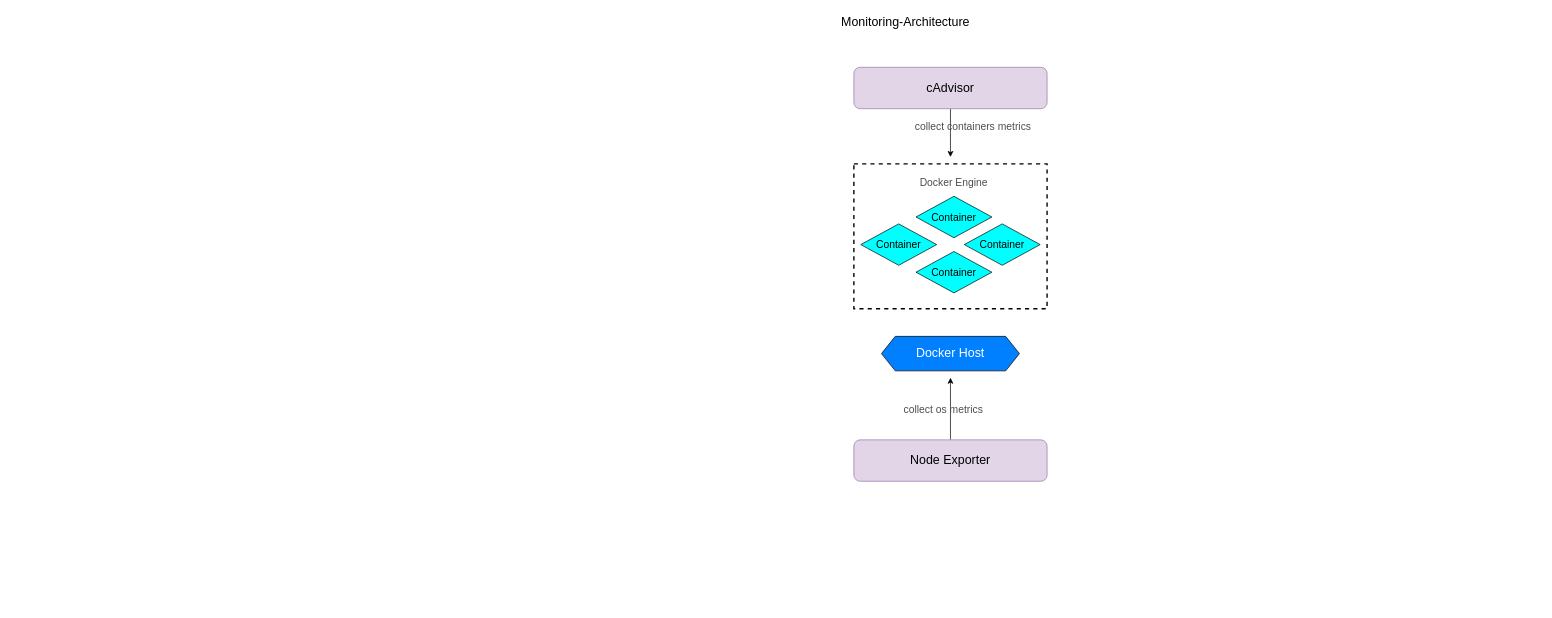
chandrafebrian/Architectural-Design-Test-chandra-febrian-efishery keeps this draw.io diagram as monitoring-architecture.drawio. Above is the earlier version. Source tidied: cells renumbered, new cells numbered last; positions are measured from the earlier drawing's top-left corner, leaving out a move shared by most shapes. Both pictures are drawn from the tidied source at 69%, with x=0, y=0 at pixel (805, 12).
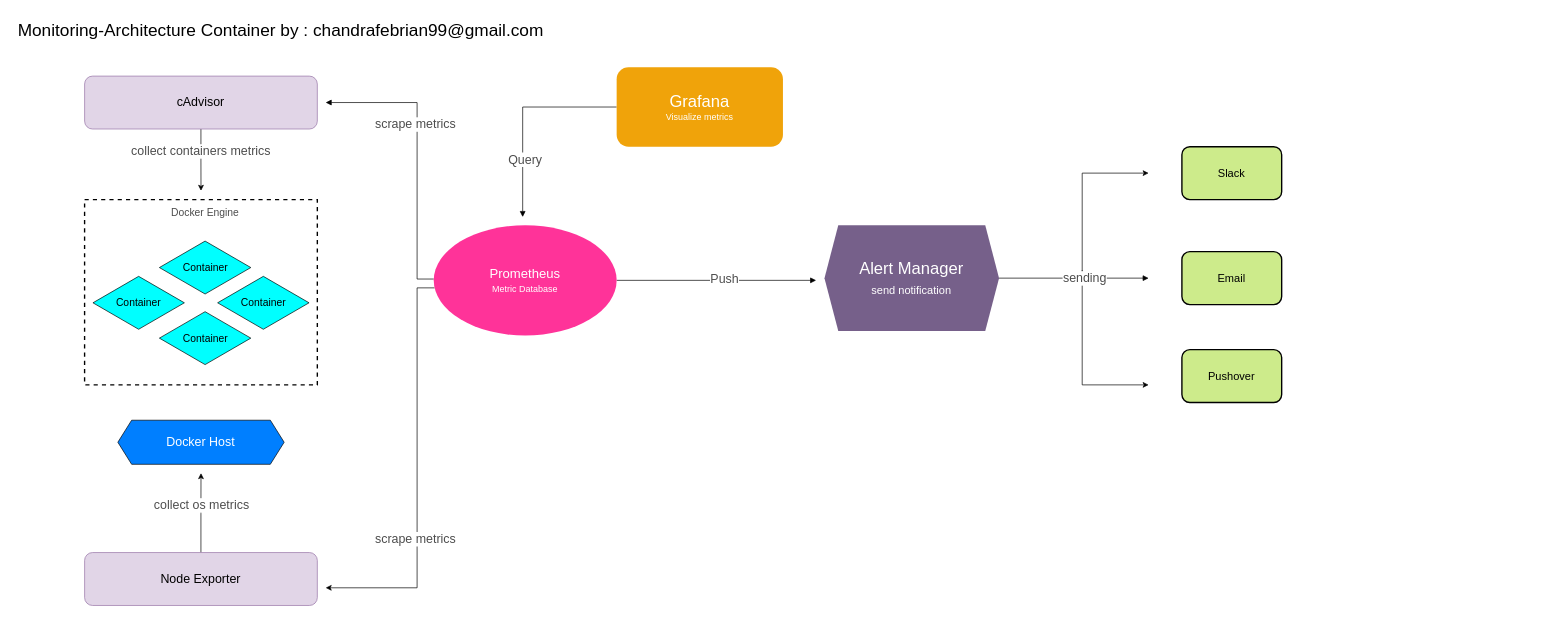
The same page after the edit.

Diff of the diagram source:
```diff
@@
-    <mxCell id="2" style="rounded=0;whiteSpace=wrap;html=1;dashed=1;labelBackgroundColor=#007FFF;strokeWidth=2;fontSize=15;fontColor=#FFFFFF;fillColor=none;" parent="1" vertex="1">
-      <mxGeometry x="70" y="220" width="280" height="210" as="geometry" />
-    </mxCell>
@@
-    <mxCell id="4" value="Monitoring-Architecture" style="text;html=1;strokeColor=none;fillColor=none;align=center;verticalAlign=middle;whiteSpace=wrap;rounded=0;fontSize=18;" parent="1" vertex="1">
-      <mxGeometry width="290" height="30" as="geometry" />
+    <mxCell id="4" value="Monitoring-Architecture Container by : chandrafebrian99@gmail.com" style="text;html=1;strokeColor=none;fillColor=none;align=center;verticalAlign=middle;whiteSpace=wrap;rounded=0;fontSize=25;" parent="1" vertex="1">
+      <mxGeometry x="-1150" y="10" width="779" height="30" as="geometry" />
     </mxCell>
+    <mxCell id="17" style="group;" parent="1" vertex="1">
+      <mxGeometry x="-1075" y="80" width="1765" height="780" as="geometry" />
+    </mxCell>
+    <mxCell id="18" style="edgeStyle=orthogonalEdgeStyle;rounded=0;jettySize=auto;html=1;fontSize=15;fontColor=#4D4D4D;endArrow=block;endFill=1;" parent="17" edge="1" source="21">
+      <mxGeometry relative="1" as="geometry">
+        <mxPoint x="379.5" y="51.1" as="targetPoint" />
+        <Array as="points">
+          <mxPoint x="512" y="306.9" />
+          <mxPoint x="512" y="51.1" />
+        </Array>
+      </mxGeometry>
+    </mxCell>
+    <mxCell id="2" style="rounded=0;whiteSpace=wrap;html=1;dashed=1;labelBackgroundColor=#007FFF;strokeWidth=2;fontSize=15;fontColor=#FFFFFF;fillColor=none;" parent="17" vertex="1">
+      <mxGeometry x="30.1" y="191.8" width="337.3" height="268.5" as="geometry" />
+    </mxCell>
-    <mxCell id="5" style="edgeStyle=orthogonalEdgeStyle;rounded=0;jettySize=auto;html=1;fontSize=15;fontColor=#4D4D4D;" parent="1" edge="1" source="6">
+    <mxCell id="5" style="edgeStyle=orthogonalEdgeStyle;rounded=0;jettySize=auto;html=1;fontSize=15;fontColor=#4D4D4D;" parent="17" edge="1" source="6">
       <mxGeometry relative="1" as="geometry">
-        <mxPoint x="210" y="210" as="targetPoint" />
+        <mxPoint x="198.8" y="179" as="targetPoint" />
       </mxGeometry>
     </mxCell>
-    <mxCell id="6" value="cAdvisor" style="rounded=1;whiteSpace=wrap;html=1;fontSize=18;fillColor=#e1d5e7;strokeColor=#9673a6;" parent="1" vertex="1">
-      <mxGeometry x="70" y="80" width="280" height="60" as="geometry" />
+    <mxCell id="6" value="cAdvisor" style="rounded=1;whiteSpace=wrap;html=1;fontSize=18;fillColor=#e1d5e7;strokeColor=#9673a6;" parent="17" vertex="1">
+      <mxGeometry x="30.1" y="12.8" width="337.3" height="76.7" as="geometry" />
     </mxCell>
-    <mxCell id="7" style="edgeStyle=orthogonalEdgeStyle;rounded=0;jettySize=auto;html=1;fontSize=15;fontColor=#FFFFFF;" parent="1" edge="1" source="8">
+    <mxCell id="7" style="edgeStyle=orthogonalEdgeStyle;rounded=0;jettySize=auto;html=1;fontSize=15;fontColor=#FFFFFF;" parent="17" edge="1" source="8">
       <mxGeometry relative="1" as="geometry">
-        <mxPoint x="210" y="530" as="targetPoint" />
+        <mxPoint x="198.8" y="588.2" as="targetPoint" />
       </mxGeometry>
     </mxCell>
-    <mxCell id="8" value="Node Exporter" style="rounded=1;whiteSpace=wrap;html=1;fontSize=18;fillColor=#e1d5e7;strokeColor=#9673a6;" parent="1" vertex="1">
-      <mxGeometry x="70" y="620" width="280" height="60" as="geometry" />
+    <mxCell id="8" value="Node Exporter" style="rounded=1;whiteSpace=wrap;html=1;fontSize=18;fillColor=#e1d5e7;strokeColor=#9673a6;" parent="17" vertex="1">
+      <mxGeometry x="30.1" y="703.3" width="337.3" height="76.7" as="geometry" />
     </mxCell>
-    <mxCell id="9" value="Docker Host" style="shape=hexagon;perimeter=hexagonPerimeter2;whiteSpace=wrap;html=1;fixedSize=1;fontSize=18;fillColor=#007FFF;fontColor=#FFFFFF;" parent="1" vertex="1">
-      <mxGeometry x="110" y="470" width="200" height="50" as="geometry" />
+    <mxCell id="9" value="Docker Host" style="shape=hexagon;perimeter=hexagonPerimeter2;whiteSpace=wrap;html=1;fixedSize=1;fontSize=18;fillColor=#007FFF;fontColor=#FFFFFF;" parent="17" vertex="1">
+      <mxGeometry x="78.3" y="511.5" width="241" height="63.9" as="geometry" />
     </mxCell>
-    <mxCell id="10" value="Container" style="rhombus;whiteSpace=wrap;html=1;fontSize=15;fillColor=#00FFFF;" parent="1" vertex="1">
-      <mxGeometry x="230" y="307" width="110" height="60" as="geometry" />
+    <mxCell id="10" value="Container" style="rhombus;whiteSpace=wrap;html=1;fontSize=15;fillColor=#00FFFF;" parent="17" vertex="1">
+      <mxGeometry x="222.9" y="303" width="132.5" height="76.7" as="geometry" />
     </mxCell>
-    <mxCell id="11" value="Container" style="rhombus;whiteSpace=wrap;html=1;fontSize=15;fillColor=#00FFFF;" parent="1" vertex="1">
-      <mxGeometry x="160" y="347" width="110" height="60" as="geometry" />
+    <mxCell id="11" value="Container" style="rhombus;whiteSpace=wrap;html=1;fontSize=15;fillColor=#00FFFF;" parent="17" vertex="1">
+      <mxGeometry x="138.5" y="354.2" width="132.5" height="76.7" as="geometry" />
     </mxCell>
-    <mxCell id="12" value="Container" style="rhombus;whiteSpace=wrap;html=1;fontSize=15;fillColor=#00FFFF;" parent="1" vertex="1">
-      <mxGeometry x="80" y="307" width="110" height="60" as="geometry" />
+    <mxCell id="12" value="Container" style="rhombus;whiteSpace=wrap;html=1;fontSize=15;fillColor=#00FFFF;" parent="17" vertex="1">
+      <mxGeometry x="42.2" y="303" width="132.5" height="76.7" as="geometry" />
     </mxCell>
-    <mxCell id="13" value="Container" style="rhombus;whiteSpace=wrap;html=1;fontSize=15;fillColor=#00FFFF;" parent="1" vertex="1">
-      <mxGeometry x="160" y="267" width="110" height="60" as="geometry" />
+    <mxCell id="13" value="Container" style="rhombus;whiteSpace=wrap;html=1;fontSize=15;fillColor=#00FFFF;" parent="17" vertex="1">
+      <mxGeometry x="138.5" y="251.9" width="132.5" height="76.7" as="geometry" />
     </mxCell>
+    <mxCell id="16" value="Docker Engine" style="text;html=1;strokeColor=none;fillColor=none;align=center;verticalAlign=middle;whiteSpace=wrap;rounded=0;dashed=1;labelBackgroundColor=none;strokeWidth=2;fontSize=15;fontColor=#4D4D4D;" parent="17" vertex="1">
+      <mxGeometry y="190.5" width="409.6" height="38.4" as="geometry" />
+    </mxCell>
+    <mxCell id="19" style="endArrow=classic;html=1;rounded=0;fontSize=15;fontColor=#4D4D4D;edgeStyle=orthogonalEdgeStyle;" parent="17" edge="1" source="21">
+      <mxGeometry relative="1" as="geometry">
+        <mxPoint x="379.5" y="754.4" as="targetPoint" />
+        <Array as="points">
+          <mxPoint x="512" y="319.7" />
+          <mxPoint x="512" y="754.4" />
+        </Array>
+      </mxGeometry>
+    </mxCell>
+    <mxCell id="20" style="edgeStyle=orthogonalEdgeStyle;rounded=0;jettySize=auto;html=1;fontSize=24;fontColor=#FFFFFF;endArrow=block;endFill=1;" parent="17" edge="1" source="21">
+      <mxGeometry relative="1" as="geometry">
+        <mxPoint x="1090.3" y="308.8" as="targetPoint" />
+      </mxGeometry>
+    </mxCell>
+    <mxCell id="21" value="&lt;font color=&quot;#ffffff&quot;&gt;&lt;span style=&quot;font-size: 19px;&quot;&gt;Prometheus&lt;/span&gt;&lt;br&gt;&lt;font style=&quot;font-size: 13px;&quot;&gt;Metric Database&lt;/font&gt;&lt;/font&gt;" style="ellipse;whiteSpace=wrap;html=1;dashed=1;labelBackgroundColor=none;strokeWidth=2;fontSize=15;fontColor=#4D4D4D;fillColor=#FF3399;strokeColor=none;" parent="17" vertex="1">
+      <mxGeometry x="536.1" y="228.9" width="265.1" height="159.8" as="geometry" />
+    </mxCell>
+    <mxCell id="22" value="scrape metrics" style="text;html=1;strokeColor=none;fillColor=none;align=center;verticalAlign=middle;whiteSpace=wrap;rounded=0;dashed=1;labelBackgroundColor=default;strokeWidth=2;fontSize=18;fontColor=#4D4D4D;" parent="17" vertex="1">
+      <mxGeometry x="305" y="664.9" width="409.6" height="38.4" as="geometry" />
+    </mxCell>
+    <mxCell id="23" value="scrape metrics" style="text;html=1;strokeColor=none;fillColor=none;align=center;verticalAlign=middle;whiteSpace=wrap;rounded=0;dashed=1;labelBackgroundColor=default;strokeWidth=2;fontSize=18;fontColor=#4D4D4D;" parent="17" vertex="1">
+      <mxGeometry x="305" y="63.9" width="409.6" height="38.4" as="geometry" />
+    </mxCell>
+    <mxCell id="24" style="edgeStyle=orthogonalEdgeStyle;rounded=0;jettySize=auto;html=1;fontSize=24;fontColor=#FFFFFF;endArrow=block;endFill=1;" parent="17" edge="1" source="25">
+      <mxGeometry relative="1" as="geometry">
+        <mxPoint x="665" y="217" as="targetPoint" />
+        <Array as="points">
+          <mxPoint x="665" y="58" />
+          <mxPoint x="665" y="217" />
+        </Array>
+      </mxGeometry>
+    </mxCell>
+    <mxCell id="25" value="&lt;font color=&quot;#ffffff&quot;&gt;&lt;font style=&quot;font-size: 24px;&quot;&gt;Grafana&lt;/font&gt;&lt;br&gt;Visualize metrics&lt;/font&gt;" style="rounded=1;whiteSpace=wrap;html=1;dashed=1;labelBackgroundColor=none;strokeWidth=2;fontSize=13;fillColor=#f0a30a;strokeColor=none;fontColor=#000000;" parent="17" vertex="1">
+      <mxGeometry x="801.2" width="241" height="115.1" as="geometry" />
+    </mxCell>
+    <mxCell id="26" value="Query" style="text;html=1;strokeColor=none;fillColor=none;align=center;verticalAlign=middle;whiteSpace=wrap;rounded=0;dashed=1;labelBackgroundColor=default;strokeWidth=2;fontSize=18;fontColor=#4D4D4D;" parent="17" vertex="1">
+      <mxGeometry x="464" y="115.1" width="409.6" height="38.4" as="geometry" />
+    </mxCell>
+    <mxCell id="27" value="Push" style="text;html=1;strokeColor=none;fillColor=none;align=center;verticalAlign=middle;whiteSpace=wrap;rounded=0;dashed=1;labelBackgroundColor=default;strokeWidth=2;fontSize=18;fontColor=#4D4D4D;" parent="17" vertex="1">
+      <mxGeometry x="753" y="287.4" width="409.6" height="38.4" as="geometry" />
+    </mxCell>
+    <mxCell id="28" style="edgeStyle=orthogonalEdgeStyle;rounded=0;jettySize=auto;html=1;fontSize=16;fontColor=#FFFFFF;endArrow=block;endFill=1;" parent="17" edge="1" source="29">
+      <mxGeometry relative="1" as="geometry">
+        <mxPoint x="1572.2" y="305.6" as="targetPoint" />
+      </mxGeometry>
+    </mxCell>
+    <mxCell id="29" value="Alert Manager&lt;br&gt;&lt;font style=&quot;font-size: 16px;&quot;&gt;send notification&lt;/font&gt;" style="shape=hexagon;perimeter=hexagonPerimeter2;whiteSpace=wrap;html=1;fixedSize=1;dashed=1;labelBackgroundColor=none;strokeWidth=2;fontSize=24;fontColor=#ffffff;fillColor=#76608a;strokeColor=none;" parent="17" vertex="1">
+      <mxGeometry x="1102.4" y="228.9" width="253" height="153.4" as="geometry" />
+    </mxCell>
+    <mxCell id="30" style="endArrow=classic;html=1;rounded=0;fontSize=16;fontColor=#FFFFFF;edgeStyle=orthogonalEdgeStyle;" parent="17" edge="1">
+      <mxGeometry relative="1" as="geometry">
+        <mxPoint x="1475.9" y="303" as="sourcePoint" />
+        <mxPoint x="1572.2" y="153.4" as="targetPoint" />
+        <Array as="points">
+          <mxPoint x="1475.9" y="153.4" />
+        </Array>
+      </mxGeometry>
+    </mxCell>
+    <mxCell id="31" style="endArrow=classic;html=1;rounded=0;fontSize=16;fontColor=#FFFFFF;edgeStyle=orthogonalEdgeStyle;" parent="17" edge="1">
+      <mxGeometry relative="1" as="geometry">
+        <mxPoint x="1475.9" y="294.1" as="sourcePoint" />
+        <mxPoint x="1572.2" y="460.3" as="targetPoint" />
+        <Array as="points">
+          <mxPoint x="1475.9" y="460.3" />
+          <mxPoint x="1572.2" y="460.3" />
+        </Array>
+      </mxGeometry>
+    </mxCell>
+    <mxCell id="32" value="Slack" style="rounded=1;whiteSpace=wrap;html=1;labelBackgroundColor=none;strokeWidth=2;fontSize=16;fillColor=#cdeb8b;strokeColor=default;" parent="17" vertex="1">
+      <mxGeometry x="1620.4" y="115.1" width="144.6" height="76.7" as="geometry" />
+    </mxCell>
+    <mxCell id="33" value="Email" style="rounded=1;whiteSpace=wrap;html=1;labelBackgroundColor=none;strokeWidth=2;fontSize=16;fillColor=#cdeb8b;strokeColor=default;" parent="17" vertex="1">
+      <mxGeometry x="1620.4" y="267.2" width="144.6" height="76.7" as="geometry" />
+    </mxCell>
+    <mxCell id="34" value="Pushover" style="rounded=1;whiteSpace=wrap;html=1;labelBackgroundColor=none;strokeWidth=2;fontSize=16;fillColor=#cdeb8b;strokeColor=default;" parent="17" vertex="1">
+      <mxGeometry x="1620.4" y="409.2" width="144.6" height="76.7" as="geometry" />
+    </mxCell>
+    <mxCell id="35" value="sending" style="text;html=1;strokeColor=none;fillColor=none;align=center;verticalAlign=middle;whiteSpace=wrap;rounded=0;dashed=1;labelBackgroundColor=default;strokeWidth=2;fontSize=18;fontColor=#4D4D4D;labelBorderColor=none;" parent="17" vertex="1">
+      <mxGeometry x="1275" y="286.4" width="409.6" height="38.4" as="geometry" />
+    </mxCell>
-    <mxCell id="14" value="collect os metrics" style="text;html=1;strokeColor=none;fillColor=none;align=center;verticalAlign=middle;whiteSpace=wrap;rounded=0;dashed=1;labelBackgroundColor=none;strokeWidth=2;fontSize=15;fontColor=#4D4D4D;" parent="1" vertex="1">
-      <mxGeometry x="30" y="560" width="340" height="30" as="geometry" />
+    <mxCell id="14" value="collect os metrics" style="text;html=1;strokeColor=none;fillColor=none;align=center;verticalAlign=middle;whiteSpace=wrap;rounded=0;dashed=1;labelBackgroundColor=default;strokeWidth=2;fontSize=18;fontColor=#4D4D4D;" parent="17" vertex="1">
+      <mxGeometry x="30.1" y="620" width="340" height="30" as="geometry" />
     </mxCell>
-    <mxCell id="15" value="collect containers metrics" style="text;html=1;strokeColor=none;fillColor=none;align=center;verticalAlign=middle;whiteSpace=wrap;rounded=0;dashed=1;labelBackgroundColor=none;strokeWidth=2;fontSize=15;fontColor=#4D4D4D;" parent="1" vertex="1">
-      <mxGeometry x="73" y="150" width="340" height="30" as="geometry" />
+    <mxCell id="15" value="collect containers metrics" style="text;html=1;strokeColor=none;fillColor=none;align=center;verticalAlign=middle;whiteSpace=wrap;rounded=0;dashed=1;labelBackgroundColor=default;strokeWidth=2;fontSize=18;fontColor=#4D4D4D;" parent="17" vertex="1">
+      <mxGeometry x="-6" y="102.3" width="409.6" height="38.4" as="geometry" />
     </mxCell>
-    <mxCell id="16" value="Docker Engine" style="text;html=1;strokeColor=none;fillColor=none;align=center;verticalAlign=middle;whiteSpace=wrap;rounded=0;dashed=1;labelBackgroundColor=none;strokeWidth=2;fontSize=15;fontColor=#4D4D4D;" parent="1" vertex="1">
-      <mxGeometry x="45" y="232" width="340" height="30" as="geometry" />
-    </mxCell>
```
